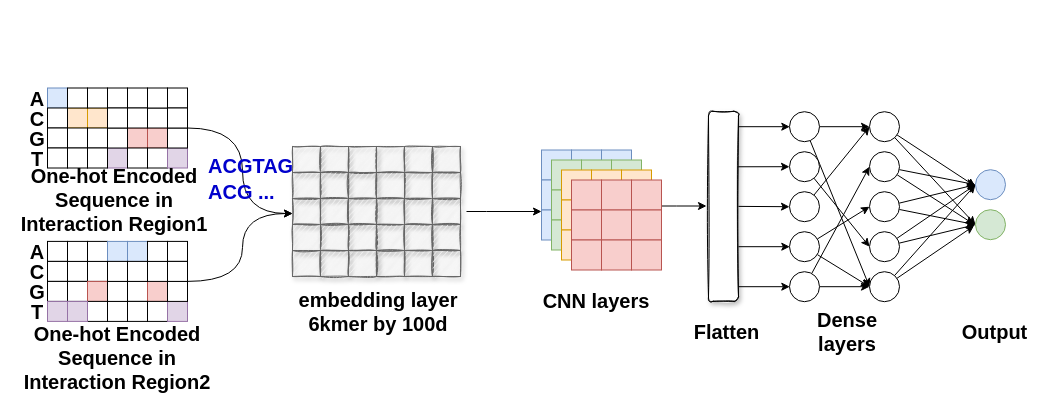
The draw.io diagram onehot_embedding_cnn_one_branch.drawio in NaiveTom/draw.io, before the edit. Source tidied: cells renumbered, new cells numbered last; positions are measured from the earlier drawing's top-left corner, leaving out a move shared by most shapes. Both pictures are drawn from the tidied source at 100%, with x=0, y=0 at pixel (17, 87).
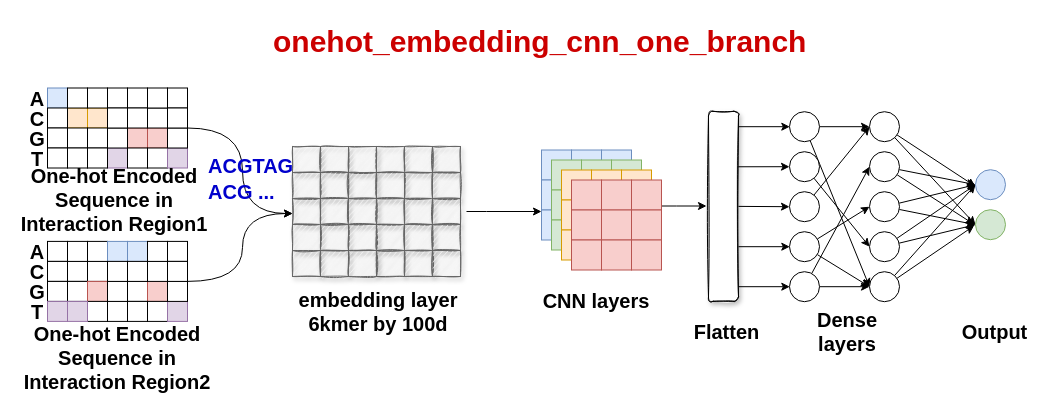
Above is the later version.

What changed in the source:
```diff
@@
+    <mxCell id="183" value="onehot_embedding_cnn_one_branch" style="text;whiteSpace=wrap;html=1;fontSize=30;fontStyle=1;fontColor=#CC0000;" parent="1" vertex="1">
+      <mxGeometry x="254" y="-70" width="310" height="40" as="geometry" />
+    </mxCell>
```
